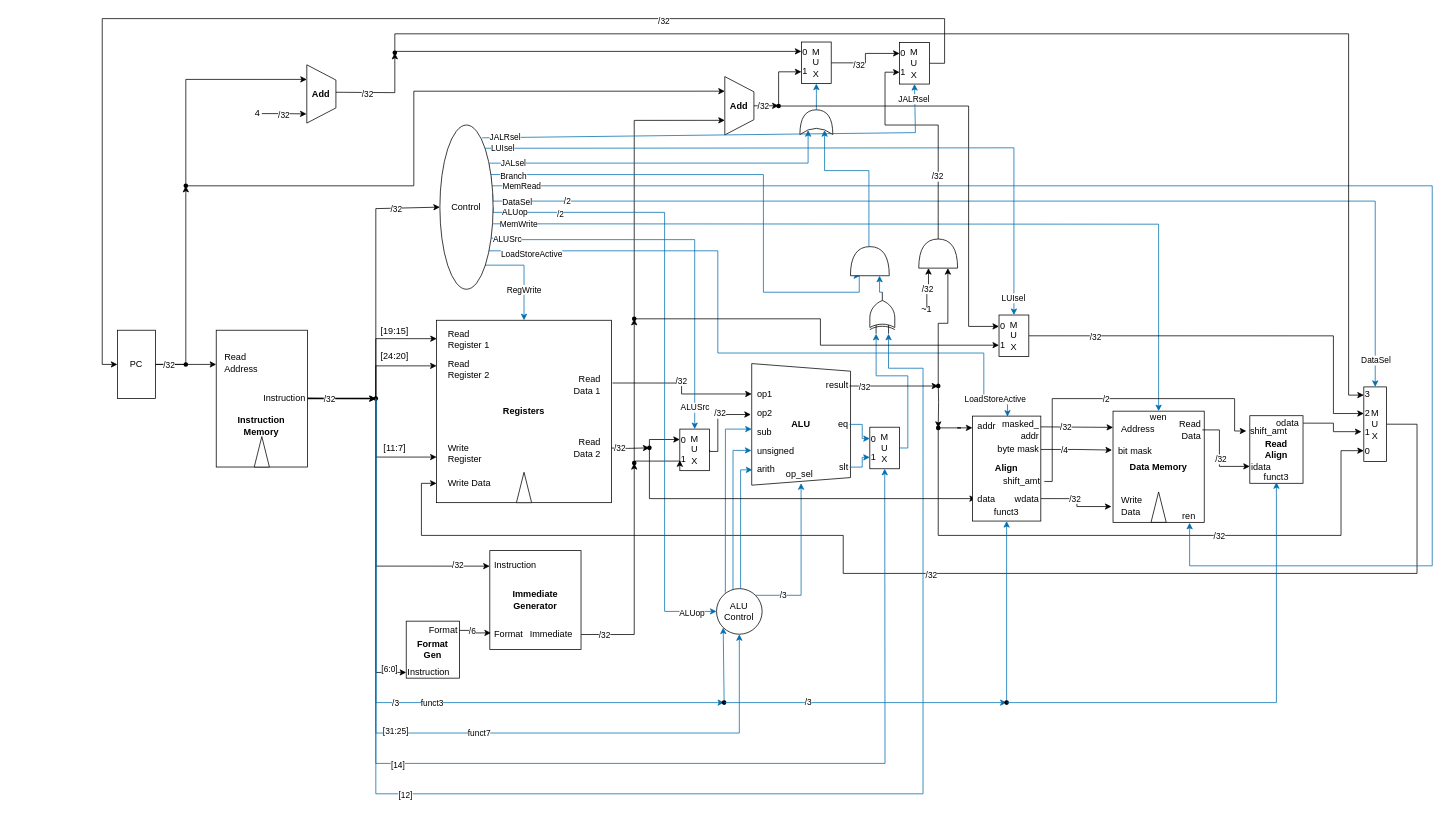
The draw.io diagram Schematic.drawio in Vohihoin/riscv32i-arch-course-starter-fa26, before the edit. Source tidied: cells renumbered, new cells numbered last; positions are measured from the earlier drawing's top-left corner, leaving out a move shared by most shapes. Both pictures are drawn from the tidied source at 76%, with x=0, y=0 at pixel (102, 18).
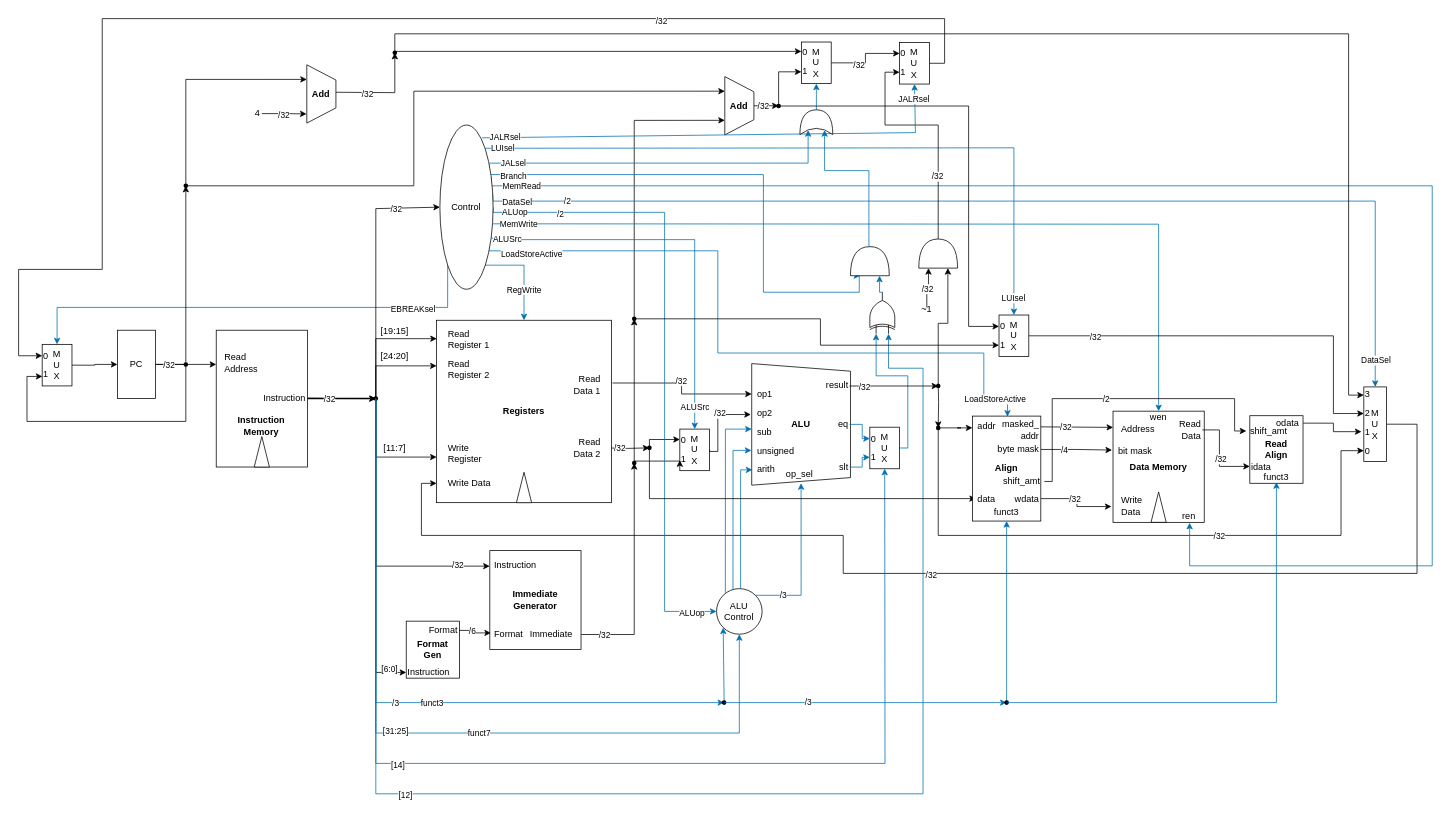
The same page after the edit.

Unchanged cells that the change refers to:
```xml
<mxCell id="4" value="PC" style="rounded=0;whiteSpace=wrap;html=1;" parent="1" vertex="1">
  <mxGeometry x="20" y="410" width="50" height="90" as="geometry" />
</mxCell>
<mxCell id="79" style="shape=waypoint;sketch=0;fillStyle=solid;size=6;points=[];fillColor=none;perimeter=centerPerimeter;snapToPoint=1;" parent="1" vertex="1">
  <mxGeometry x="100" y="445" width="20" height="20" as="geometry" />
</mxCell>
<mxCell id="125" value="Control" style="ellipse;whiteSpace=wrap;html=1;shapeInside=1;" parent="1" vertex="1">
  <mxGeometry x="444.3" y="140" width="70" height="216.1" as="geometry" />
</mxCell>
<mxCell id="185" value="M&lt;br&gt;U&lt;br&gt;X" style="rounded=0;whiteSpace=wrap;html=1;" parent="1" vertex="1">
  <mxGeometry x="1049.2" y="31.4" width="39.2" height="54.7" as="geometry" />
</mxCell>
```

The edit, as a diff of the source:
```diff
@@
-    <mxCell id="63" style="edgeStyle=orthogonalEdgeStyle;rounded=0;jettySize=auto;html=1;entryX=0;entryY=0.5;entryDx=0;entryDy=0;exitX=1;exitY=0.5;exitDx=0;exitDy=0;" parent="1" edge="1" source="185" target="4">
-      <mxGeometry x="-0.36" relative="1" as="geometry">
+    <mxCell id="63" style="edgeStyle=orthogonalEdgeStyle;rounded=0;jettySize=auto;html=1;entryX=0;entryY=0.5;entryDx=0;entryDy=0;exitX=1;exitY=0.5;exitDx=0;exitDy=0;" parent="1" edge="1" source="185" target="245">
+      <mxGeometry x="-0.4" relative="1" as="geometry">
         <Array as="points">
           <mxPoint x="1108.4" y="58.7" />
           <mxPoint x="1108.4" />
           <mxPoint />
-          <mxPoint y="455" />
+          <mxPoint y="330" />
+          <mxPoint x="-110" y="330" />
+          <mxPoint x="-110" y="443.6" />
         </Array>
       </mxGeometry>
     </mxCell>
     <mxCell id="64" value="/32" style="edgeLabel;html=1;align=center;verticalAlign=middle;" parent="63" vertex="1">
-      <mxGeometry x="-0.46" y="2" relative="1" as="geometry" />
+      <mxGeometry x="-0.49" y="2" relative="1" as="geometry" />
     </mxCell>
@@
+    <mxCell id="241" style="edgeStyle=orthogonalEdgeStyle;rounded=0;jettySize=auto;html=1;exitX=0;exitY=1;exitDx=0;exitDy=0;entryX=0.5;entryY=0;entryDx=0;entryDy=0;fillColor=#1ba1e2;strokeColor=#006EAF;" parent="1" edge="1" source="125" target="244">
+      <mxGeometry x="-0.9" relative="1" as="geometry">
+        <Array as="points">
+          <mxPoint x="454.5" y="380" />
+          <mxPoint x="-59.4" y="380" />
+        </Array>
+      </mxGeometry>
+    </mxCell>
+    <mxCell id="242" value="EBREAKsel" style="edgeLabel;html=1;align=center;verticalAlign=middle;" parent="241" vertex="1">
+      <mxGeometry x="-0.67" y="2" relative="1" as="geometry" />
+    </mxCell>
@@
+    <mxCell id="243" style="edgeStyle=orthogonalEdgeStyle;rounded=0;jettySize=auto;html=1;exitX=1;exitY=0.5;exitDx=0;exitDy=0;entryX=0;entryY=0.5;entryDx=0;entryDy=0;" parent="1" edge="1" source="244" target="4">
+      <mxGeometry relative="1" as="geometry" />
+    </mxCell>
+    <mxCell id="244" value="M&lt;br&gt;U&lt;br&gt;X" style="rounded=0;whiteSpace=wrap;html=1;" parent="1" vertex="1">
+      <mxGeometry x="-79" y="428.6" width="39.2" height="54.7" as="geometry" />
+    </mxCell>
+    <mxCell id="245" value="0" style="text;html=1;whiteSpace=wrap;strokeColor=none;fillColor=none;align=center;verticalAlign=middle;rounded=0;" parent="1" vertex="1">
+      <mxGeometry x="-79" y="428.6" width="10" height="30" as="geometry" />
+    </mxCell>
+    <mxCell id="246" value="1" style="text;html=1;whiteSpace=wrap;strokeColor=none;fillColor=none;align=center;verticalAlign=middle;rounded=0;" parent="1" vertex="1">
+      <mxGeometry x="-79" y="453.2" width="10" height="30" as="geometry" />
+    </mxCell>
+    <mxCell id="247" style="edgeStyle=orthogonalEdgeStyle;rounded=0;jettySize=auto;html=1;entryX=0.032;entryY=0.587;entryDx=0;entryDy=0;entryPerimeter=0;" parent="1" edge="1" source="79" target="246">
+      <mxGeometry relative="1" as="geometry">
+        <Array as="points">
+          <mxPoint x="110" y="530" />
+          <mxPoint x="-99" y="530" />
+          <mxPoint x="-99" y="470.9" />
+        </Array>
+      </mxGeometry>
+    </mxCell>
```
